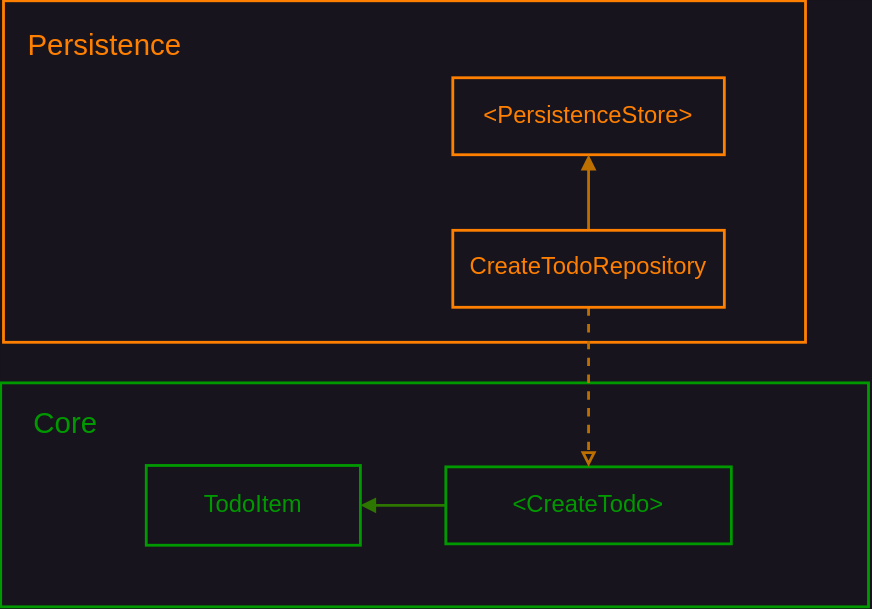
Before: architecture.svg, a diagram exported from draw.io (LR-Argentino/TodoCaseStudy). Source tidied: cells renumbered, new cells last; positions are measured from the earlier drawing's top-left corner, leaving out a move shared by most shapes.
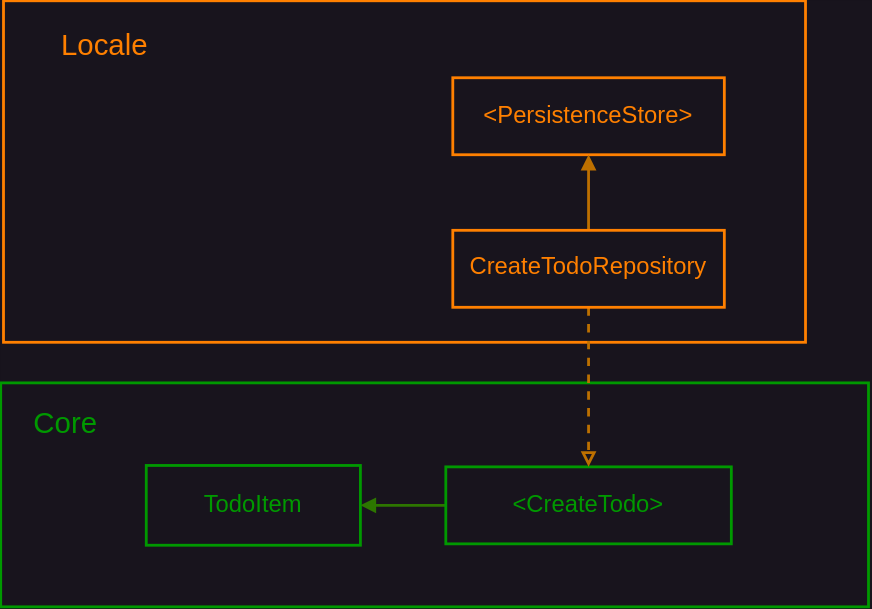
Later version of the same file.

Commit message:
Rename Persistence to Locale Todo Repository and add EditTodoServiceTests File

Diff of the diagram source:
```diff
@@ -32,8 +32,8 @@
     <mxCell id="11" value="CreateTodoRepository" style="rounded=0;whiteSpace=wrap;html=1;strokeWidth=2;strokeColor=#FF8000;fontStyle=0;fontSize=17;fontColor=#FF8000;" parent="1" vertex="1">
       <mxGeometry x="323" y="164" width="194" height="55" as="geometry" />
     </mxCell>
-    <mxCell id="12" value="Persistence" style="text;html=1;align=center;verticalAlign=middle;strokeColor=none;fillColor=none;fontSize=21;fontColor=#FF8000;" parent="1" vertex="1">
-      <mxGeometry x="10" y="12" width="128" height="37" as="geometry" />
+    <mxCell id="12" value="Locale" style="text;html=1;align=center;verticalAlign=middle;strokeColor=none;fillColor=none;fontSize=21;fontColor=#FF8000;" parent="1" vertex="1">
+      <mxGeometry x="34" y="12" width="80" height="37" as="geometry" />
     </mxCell>
   </root>
 </mxGraphModel>
```
